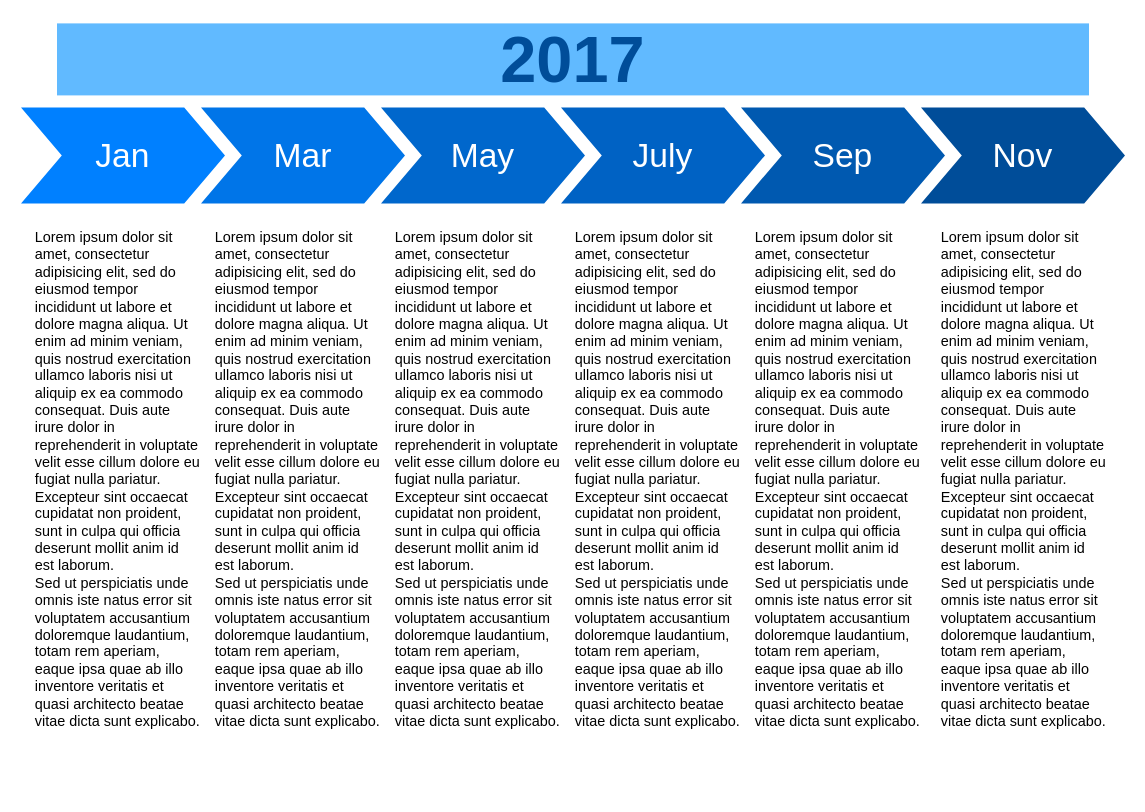
This is Untitled Diagram.drawio from jigneshadesara90/tdm-diagram, a draw.io file, before an edit. Source tidied: cells renumbered, new cells numbered last; positions are measured from the earlier drawing's top-left corner, leaving out a move shared by most shapes. Both pictures are drawn from the tidied source at 120%, with x=0, y=0 at pixel (20, 23).
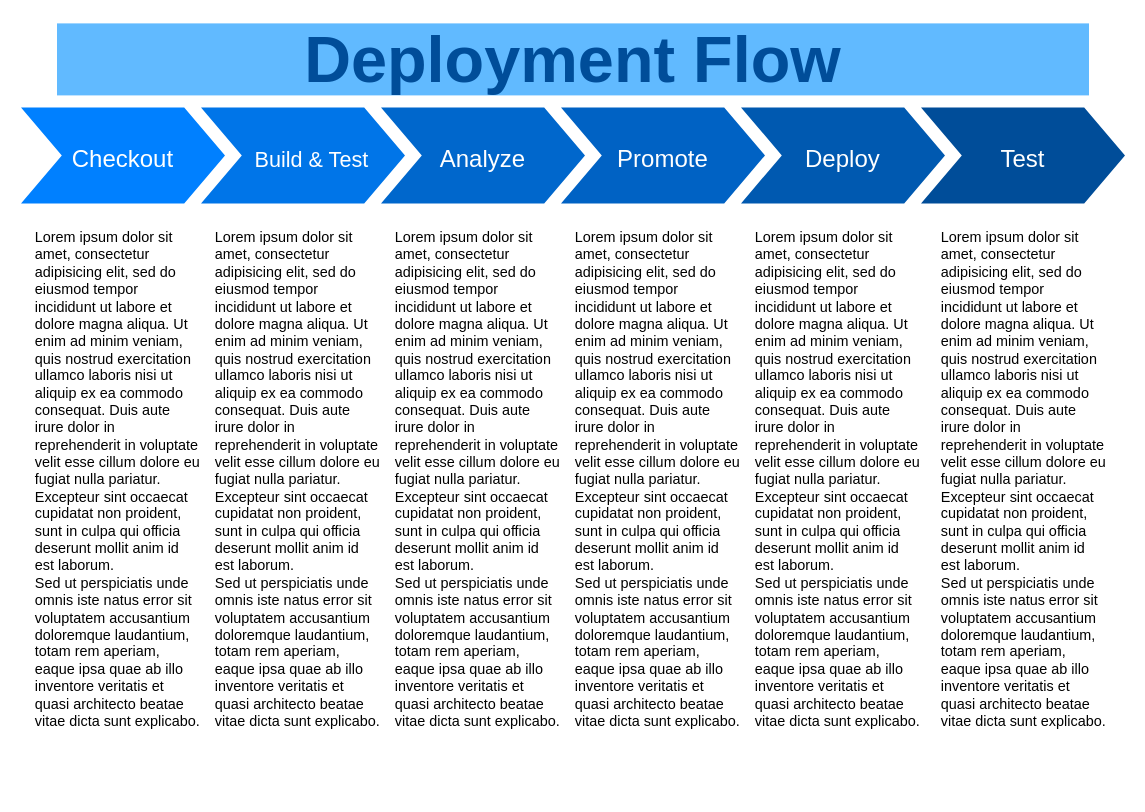
Above is the later version.

The edit, as a diff of the source:
```diff
@@
 <mxGraphModel>
   <root>
     <mxCell id="0" />
     <mxCell id="1" parent="0" />
-    <mxCell id="2" value="Jan" style="shape=step;whiteSpace=wrap;html=1;fontSize=28;fillColor=#0080FF;fontColor=#FFFFFF;strokeColor=none;" parent="1" vertex="1">
+    <mxCell id="2" value="&lt;font style=&quot;font-size: 20px;&quot;&gt;Checkout&lt;/font&gt;" style="shape=step;whiteSpace=wrap;html=1;fontSize=28;fillColor=#0080FF;fontColor=#FFFFFF;strokeColor=none;" parent="1" vertex="1">
       <mxGeometry y="70" width="170" height="80" as="geometry" />
     </mxCell>
-    <mxCell id="3" value="Mar" style="shape=step;whiteSpace=wrap;html=1;fontSize=28;fillColor=#0075E8;fontColor=#FFFFFF;strokeColor=none;" parent="1" vertex="1">
+    <mxCell id="3" value="&lt;font style=&quot;font-size: 18px;&quot;&gt;&amp;nbsp; &amp;nbsp;Build &amp;amp; Test&lt;/font&gt;" style="shape=step;whiteSpace=wrap;html=1;fontSize=28;fillColor=#0075E8;fontColor=#FFFFFF;strokeColor=none;align=center;" parent="1" vertex="1">
       <mxGeometry x="150" y="70" width="170" height="80" as="geometry" />
     </mxCell>
-    <mxCell id="4" value="May" style="shape=step;whiteSpace=wrap;html=1;fontSize=28;fillColor=#0067CC;fontColor=#FFFFFF;strokeColor=none;" parent="1" vertex="1">
+    <mxCell id="4" value="&lt;font style=&quot;font-size: 20px;&quot;&gt;Analyze&lt;/font&gt;" style="shape=step;whiteSpace=wrap;html=1;fontSize=28;fillColor=#0067CC;fontColor=#FFFFFF;strokeColor=none;" parent="1" vertex="1">
       <mxGeometry x="300" y="70" width="170" height="80" as="geometry" />
     </mxCell>
-    <mxCell id="5" value="July" style="shape=step;whiteSpace=wrap;html=1;fontSize=28;fillColor=#0062C4;fontColor=#FFFFFF;strokeColor=none;" parent="1" vertex="1">
+    <mxCell id="5" value="&lt;font style=&quot;font-size: 20px;&quot;&gt;Promote&lt;/font&gt;" style="shape=step;whiteSpace=wrap;html=1;fontSize=28;fillColor=#0062C4;fontColor=#FFFFFF;strokeColor=none;" parent="1" vertex="1">
       <mxGeometry x="450" y="70" width="170" height="80" as="geometry" />
     </mxCell>
-    <mxCell id="6" value="Sep" style="shape=step;whiteSpace=wrap;html=1;fontSize=28;fillColor=#0059B0;fontColor=#FFFFFF;strokeColor=none;" parent="1" vertex="1">
+    <mxCell id="6" value="&lt;font style=&quot;font-size: 20px;&quot;&gt;Deploy&lt;/font&gt;" style="shape=step;whiteSpace=wrap;html=1;fontSize=28;fillColor=#0059B0;fontColor=#FFFFFF;strokeColor=none;" parent="1" vertex="1">
       <mxGeometry x="600" y="70" width="170" height="80" as="geometry" />
     </mxCell>
-    <mxCell id="7" value="Nov" style="shape=step;whiteSpace=wrap;html=1;fontSize=28;fillColor=#004D99;fontColor=#FFFFFF;strokeColor=none;" parent="1" vertex="1">
+    <mxCell id="7" value="&lt;font style=&quot;font-size: 20px;&quot;&gt;Test&lt;/font&gt;" style="shape=step;whiteSpace=wrap;html=1;fontSize=28;fillColor=#004D99;fontColor=#FFFFFF;strokeColor=none;" parent="1" vertex="1">
       <mxGeometry x="750" y="70" width="170" height="80" as="geometry" />
     </mxCell>
-    <mxCell id="8" value="2017" style="text;html=1;strokeColor=none;fillColor=#61BAFF;align=center;verticalAlign=middle;whiteSpace=wrap;fontSize=54;fontStyle=1;fontColor=#004D99;" parent="1" vertex="1">
+    <mxCell id="8" value="Deployment Flow" style="text;html=1;strokeColor=none;fillColor=#61BAFF;align=center;verticalAlign=middle;whiteSpace=wrap;fontSize=54;fontStyle=1;fontColor=#004D99;" parent="1" vertex="1">
       <mxGeometry x="30" width="860" height="60" as="geometry" />
     </mxCell>
     <mxCell id="9" value="Lorem ipsum dolor sit amet, consectetur adipisicing elit, sed do eiusmod tempor incididunt ut labore et dolore magna aliqua. Ut enim ad minim veniam, quis nostrud exercitation ullamco laboris nisi ut aliquip ex ea commodo consequat. Duis aute irure dolor in reprehenderit in voluptate velit esse cillum dolore eu fugiat nulla pariatur. Excepteur sint occaecat cupidatat non proident, sunt in culpa qui officia deserunt mollit anim id est laborum.&lt;br&gt;Sed ut perspiciatis unde omnis iste natus error sit voluptatem accusantium doloremque laudantium, totam rem aperiam, eaque ipsa quae ab illo inventore veritatis et quasi architecto beatae vitae dicta sunt explicabo." style="text;spacingTop=-5;fillColor=#ffffff;whiteSpace=wrap;html=1;align=left;fontSize=12;fontFamily=Helvetica;fillColor=none;strokeColor=none;" parent="1" vertex="1">
       <mxGeometry x="10" y="170" width="140" height="470" as="geometry" />
     </mxCell>
     <mxCell id="10" value="Lorem ipsum dolor sit amet, consectetur adipisicing elit, sed do eiusmod tempor incididunt ut labore et dolore magna aliqua. Ut enim ad minim veniam, quis nostrud exercitation ullamco laboris nisi ut aliquip ex ea commodo consequat. Duis aute irure dolor in reprehenderit in voluptate velit esse cillum dolore eu fugiat nulla pariatur. Excepteur sint occaecat cupidatat non proident, sunt in culpa qui officia deserunt mollit anim id est laborum.&lt;br&gt;Sed ut perspiciatis unde omnis iste natus error sit voluptatem accusantium doloremque laudantium, totam rem aperiam, eaque ipsa quae ab illo inventore veritatis et quasi architecto beatae vitae dicta sunt explicabo." style="text;spacingTop=-5;fillColor=#ffffff;whiteSpace=wrap;html=1;align=left;fontSize=12;fontFamily=Helvetica;fillColor=none;strokeColor=none;" parent="1" vertex="1">
       <mxGeometry x="160" y="170" width="140" height="470" as="geometry" />
     </mxCell>
     <mxCell id="11" value="Lorem ipsum dolor sit amet, consectetur adipisicing elit, sed do eiusmod tempor incididunt ut labore et dolore magna aliqua. Ut enim ad minim veniam, quis nostrud exercitation ullamco laboris nisi ut aliquip ex ea commodo consequat. Duis aute irure dolor in reprehenderit in voluptate velit esse cillum dolore eu fugiat nulla pariatur. Excepteur sint occaecat cupidatat non proident, sunt in culpa qui officia deserunt mollit anim id est laborum.&lt;br&gt;Sed ut perspiciatis unde omnis iste natus error sit voluptatem accusantium doloremque laudantium, totam rem aperiam, eaque ipsa quae ab illo inventore veritatis et quasi architecto beatae vitae dicta sunt explicabo." style="text;spacingTop=-5;fillColor=#ffffff;whiteSpace=wrap;html=1;align=left;fontSize=12;fontFamily=Helvetica;fillColor=none;strokeColor=none;" parent="1" vertex="1">
       <mxGeometry x="310" y="170" width="140" height="470" as="geometry" />
     </mxCell>
     <mxCell id="12" value="Lorem ipsum dolor sit amet, consectetur adipisicing elit, sed do eiusmod tempor incididunt ut labore et dolore magna aliqua. Ut enim ad minim veniam, quis nostrud exercitation ullamco laboris nisi ut aliquip ex ea commodo consequat. Duis aute irure dolor in reprehenderit in voluptate velit esse cillum dolore eu fugiat nulla pariatur. Excepteur sint occaecat cupidatat non proident, sunt in culpa qui officia deserunt mollit anim id est laborum.&lt;br&gt;Sed ut perspiciatis unde omnis iste natus error sit voluptatem accusantium doloremque laudantium, totam rem aperiam, eaque ipsa quae ab illo inventore veritatis et quasi architecto beatae vitae dicta sunt explicabo." style="text;spacingTop=-5;fillColor=#ffffff;whiteSpace=wrap;html=1;align=left;fontSize=12;fontFamily=Helvetica;fillColor=none;strokeColor=none;" parent="1" vertex="1">
       <mxGeometry x="460" y="170" width="140" height="470" as="geometry" />
     </mxCell>
     <mxCell id="13" value="Lorem ipsum dolor sit amet, consectetur adipisicing elit, sed do eiusmod tempor incididunt ut labore et dolore magna aliqua. Ut enim ad minim veniam, quis nostrud exercitation ullamco laboris nisi ut aliquip ex ea commodo consequat. Duis aute irure dolor in reprehenderit in voluptate velit esse cillum dolore eu fugiat nulla pariatur. Excepteur sint occaecat cupidatat non proident, sunt in culpa qui officia deserunt mollit anim id est laborum.&lt;br&gt;Sed ut perspiciatis unde omnis iste natus error sit voluptatem accusantium doloremque laudantium, totam rem aperiam, eaque ipsa quae ab illo inventore veritatis et quasi architecto beatae vitae dicta sunt explicabo." style="text;spacingTop=-5;fillColor=#ffffff;whiteSpace=wrap;html=1;align=left;fontSize=12;fontFamily=Helvetica;fillColor=none;strokeColor=none;" parent="1" vertex="1">
       <mxGeometry x="610" y="170" width="140" height="470" as="geometry" />
     </mxCell>
     <mxCell id="14" value="Lorem ipsum dolor sit amet, consectetur adipisicing elit, sed do eiusmod tempor incididunt ut labore et dolore magna aliqua. Ut enim ad minim veniam, quis nostrud exercitation ullamco laboris nisi ut aliquip ex ea commodo consequat. Duis aute irure dolor in reprehenderit in voluptate velit esse cillum dolore eu fugiat nulla pariatur. Excepteur sint occaecat cupidatat non proident, sunt in culpa qui officia deserunt mollit anim id est laborum.&lt;br&gt;Sed ut perspiciatis unde omnis iste natus error sit voluptatem accusantium doloremque laudantium, totam rem aperiam, eaque ipsa quae ab illo inventore veritatis et quasi architecto beatae vitae dicta sunt explicabo." style="text;spacingTop=-5;fillColor=#ffffff;whiteSpace=wrap;html=1;align=left;fontSize=12;fontFamily=Helvetica;fillColor=none;strokeColor=none;" parent="1" vertex="1">
       <mxGeometry x="765" y="170" width="140" height="470" as="geometry" />
     </mxCell>
   </root>
 </mxGraphModel>
```
